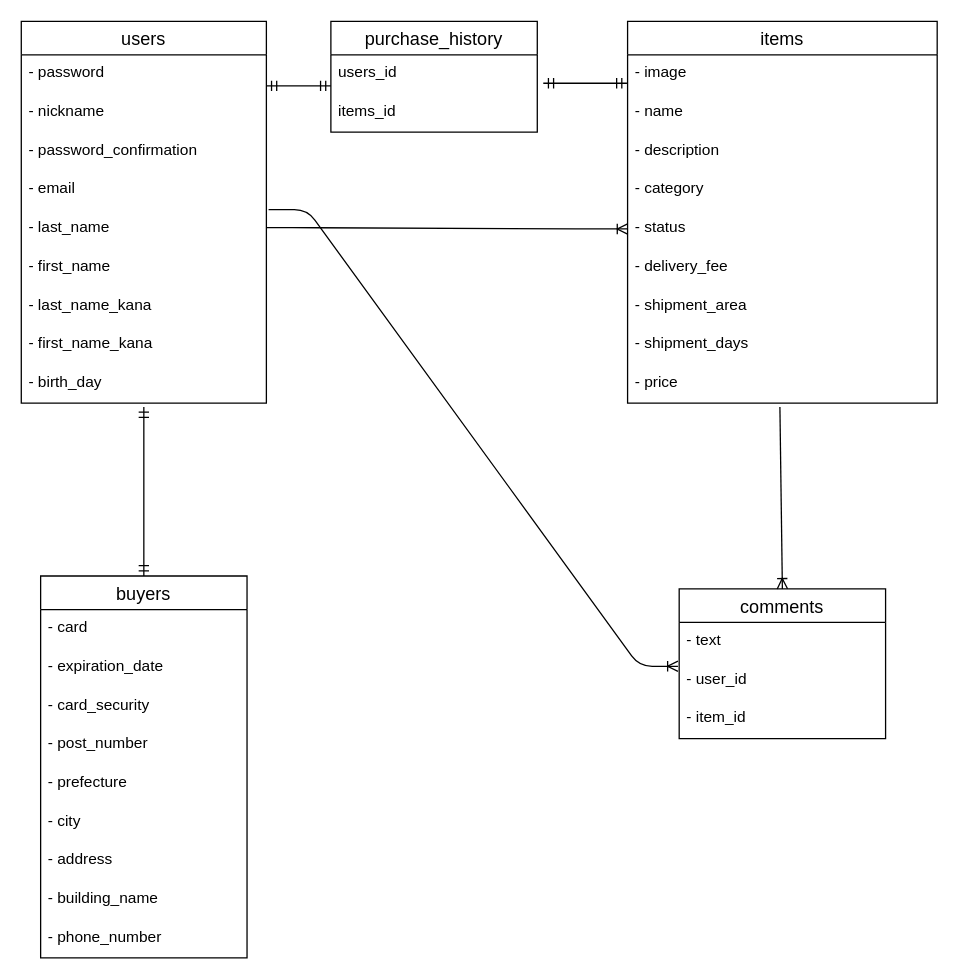
This is furima.dio from nakaharabo/furima-33338, a draw.io file, before an edit. Source tidied: cells renumbered, new cells numbered last; positions are measured from the earlier drawing's top-left corner, leaving out a move shared by most shapes. Both pictures are drawn from the tidied source at 129%, with x=0, y=0 at pixel (21, 21).
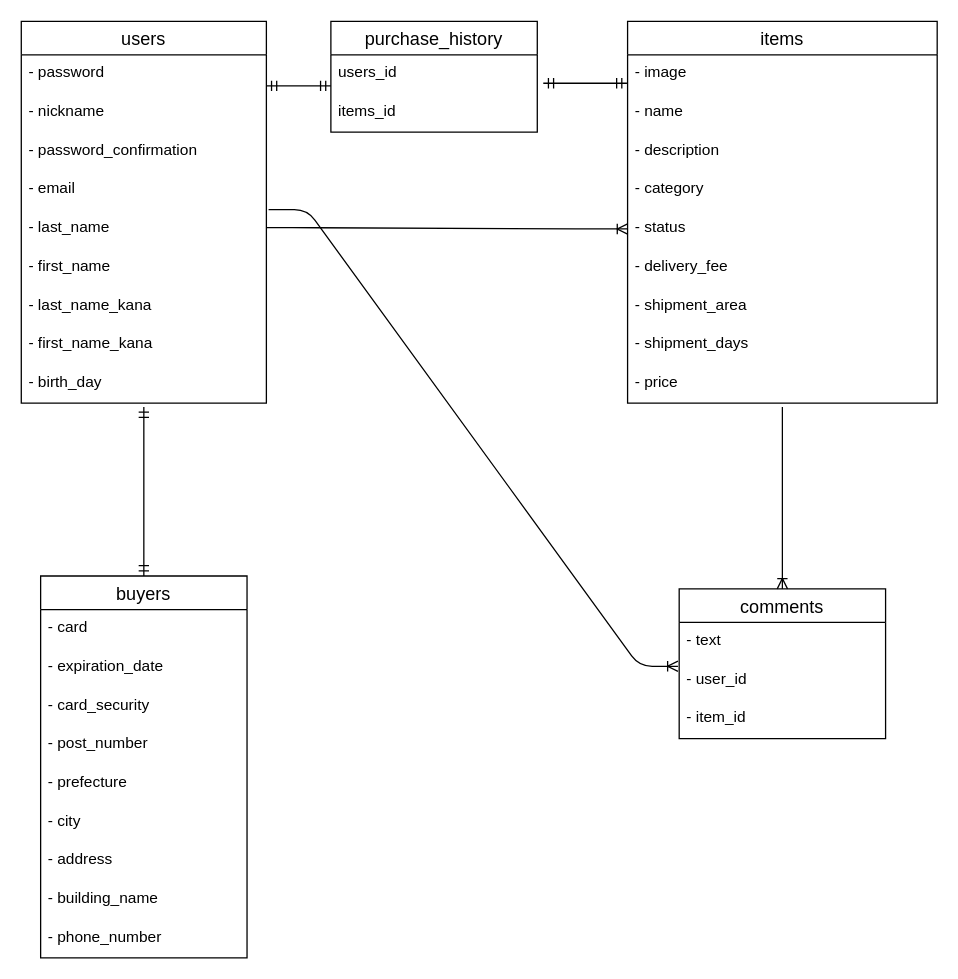
Above is the later version.

Commit message (it also covers changes not shown here):
DB設計の修正2

Unchanged cells that the change refers to:
```xml
<mxCell id="21" value="- price" style="text;strokeColor=none;fillColor=none;spacingLeft=4;spacingRight=4;overflow=hidden;points=[[0,0.5],[1,0.5]];portConstraint=eastwest;fontSize=12;" parent="12" vertex="1">
  <mxGeometry y="266" width="240" height="30" as="geometry" />
</mxCell>
<mxCell id="32" value="comments" style="swimlane;fontStyle=0;horizontal=1;startSize=26;align=center;fontSize=14;" parent="1" vertex="1">
  <mxGeometry x="510" y="440" width="160" height="116" as="geometry" />
</mxCell>
```

Diff of the diagram source:
```diff
@@
-    <mxCell id="39" style="fontSize=12;html=1;endArrow=ERoneToMany;exitX=0.492;exitY=1.1;exitDx=0;exitDy=0;exitPerimeter=0;entryX=0.5;entryY=0;entryDx=0;entryDy=0;" parent="1" edge="1" source="21" target="32">
-      <mxGeometry relative="1" as="geometry" />
+    <mxCell id="39" style="fontSize=12;html=1;endArrow=ERoneToMany;entryX=0.5;entryY=0;entryDx=0;entryDy=0;" parent="1" edge="1" target="32">
+      <mxGeometry relative="1" as="geometry">
+        <mxPoint x="590" y="299" as="sourcePoint" />
+      </mxGeometry>
     </mxCell>
```
